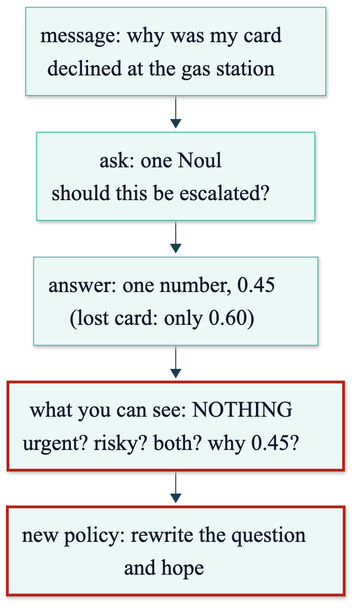
Above: course/diagrams/module_01/p2-problem-hidden-rule.png in axel-sirota/getting_started_jev (Mermaid), before the change. Its source is kept beside it as course/diagrams/module_01/p2-problem-hidden-rule.mmd.
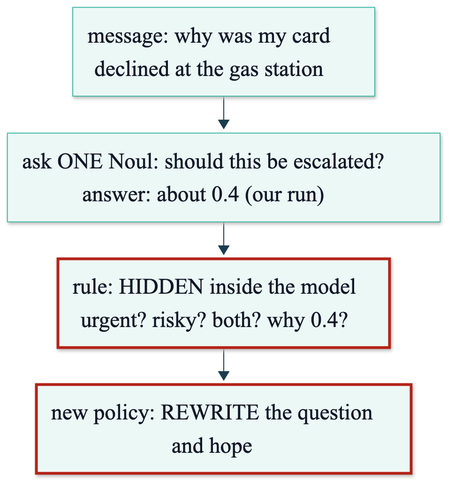
The same file after the commit.

The edit, as a diff of the source:
```diff
@@ -1,8 +1,7 @@
 %%{init: {"theme": "base", "themeVariables": {"fontFamily": "Inter, sans-serif", "primaryColor": "#ECF8F6", "primaryBorderColor": "#40B8A6", "primaryTextColor": "#111827", "lineColor": "#1A3D4D", "secondaryColor": "#F9FAFB", "tertiaryColor": "#FFFFFF", "clusterBkg": "#F9FAFB", "clusterBorder": "#D1D5DB", "actorBkg": "#ECF8F6", "actorBorder": "#40B8A6", "noteBkgColor": "#FFF6DA", "noteBorderColor": "#E0B84C"}}}%%
 flowchart TD
-  M["message: why was my card<br/>declined at the gas station"] --> Q["ask: one Noul<br/>should this be escalated?"]
-  Q --> A["answer: one number, 0.45<br/>(lost card: only 0.60)"]
-  A --> H["what you can see: NOTHING<br/>urgent? risky? both? why 0.45?"]
-  H --> R["new policy: rewrite the question<br/>and hope"]
+  M["message: why was my card<br/>declined at the gas station"] --> QA["ask ONE Noul: should this be escalated?<br/>answer: about 0.4 (our run)"]
+  QA --> H["rule: HIDDEN inside the model<br/>urgent? risky? both? why 0.4?"]
+  H --> X["new policy: REWRITE the question<br/>and hope"]
   style H stroke:#B42318,stroke-width:3px
-  style R stroke:#B42318,stroke-width:3px
+  style X stroke:#B42318,stroke-width:3px
```
